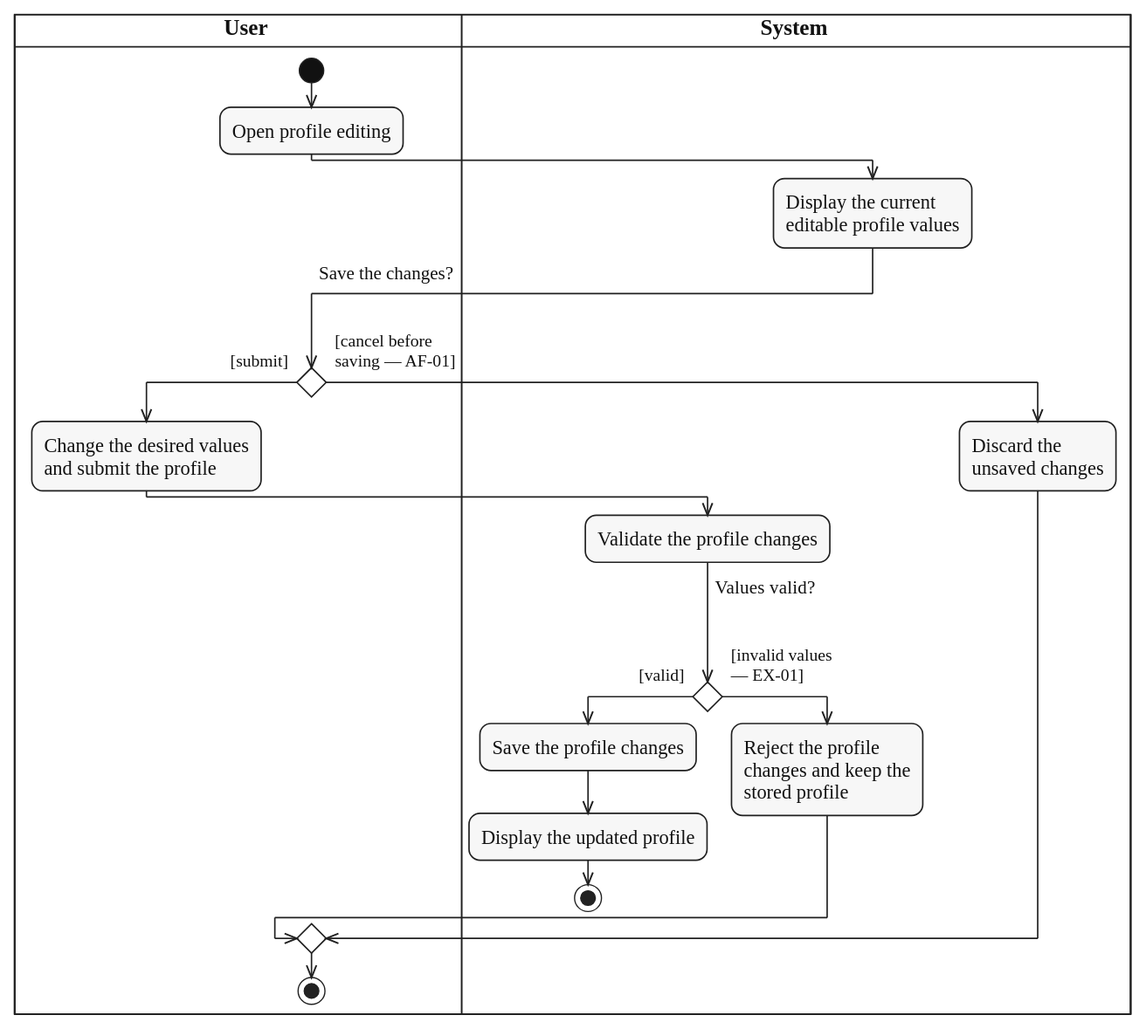
lukenab/swd392-doc-automation keeps this PlantUML diagram as diagrams/activity/account-authentication/svg/UC-PROFILE-UPDATE.svg. Above is the earlier version. Its source is kept beside it as diagrams/activity/account-authentication/source/UC-PROFILE-UPDATE.puml. Its diagram source:
```plantuml
@startuml UC-PROFILE-UPDATE
!include ../../_shared/activity-style.puml
|USR| $lane_title("User")
|SYS| $lane_title("System")

|USR|
start
:Open profile editing;
|SYS|
:Display the current
editable profile values;
|USR|
if ($question_x("Save the changes?")) then ($guard_left("[submit]"))
  :Change the desired values
  and submit the profile;
  |SYS|
  :Validate the profile changes;
  if ($question_x("Values valid?")) then ($guard_left("[valid]"))
    :Save the profile changes;
    :Display the updated profile;
    stop
  else ($guard_right("[invalid values", "— EX-01]"))
    :Reject the profile
    changes and keep the
    stored profile;
  endif
else ($guard_right("[cancel before", "saving — AF-01]"))
  |SYS|
  :Discard the
  unsaved changes;
endif
|USR|
stop
@enduml
```
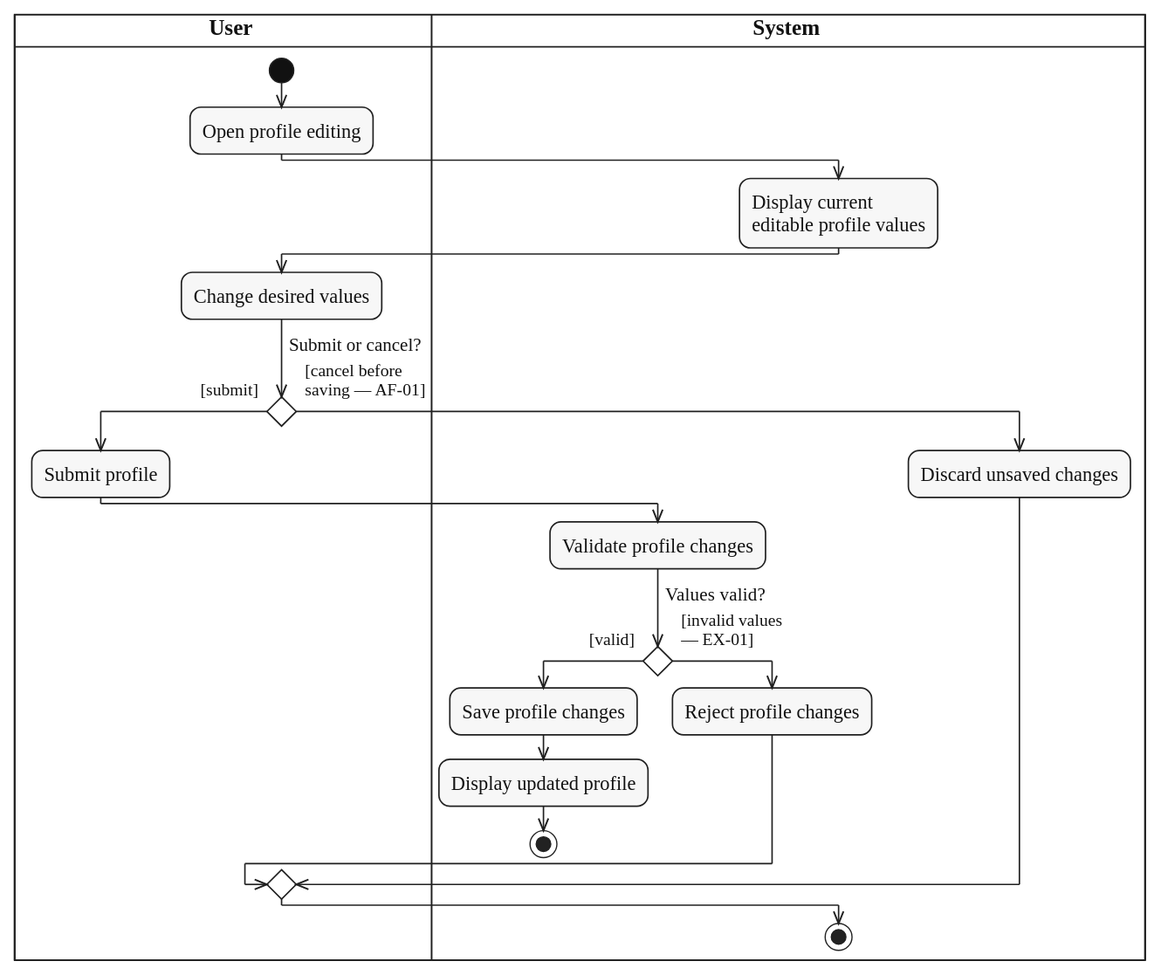
The same diagram one commit later.

The edit, as a diff of the source:
```diff
@@ -7,28 +7,25 @@
 start
 :Open profile editing;
 |SYS|
-:Display the current
+:Display current
 editable profile values;
 |USR|
-if ($question_x("Save the changes?")) then ($guard_left("[submit]"))
-  :Change the desired values
-  and submit the profile;
+:Change desired values;
+if ($question("Submit or cancel?")) then ($guard_left("[submit]"))
+  :Submit profile;
   |SYS|
-  :Validate the profile changes;
-  if ($question_x("Values valid?")) then ($guard_left("[valid]"))
-    :Save the profile changes;
-    :Display the updated profile;
+  :Validate profile changes;
+  if ($question("Values valid?")) then ($guard_left("[valid]"))
+    :Save profile changes;
+    :Display updated profile;
     stop
   else ($guard_right("[invalid values", "— EX-01]"))
-    :Reject the profile
-    changes and keep the
-    stored profile;
+    :Reject profile changes;
   endif
 else ($guard_right("[cancel before", "saving — AF-01]"))
   |SYS|
-  :Discard the
-  unsaved changes;
+  :Discard unsaved changes;
 endif
-|USR|
+|SYS|
 stop
 @enduml
```
